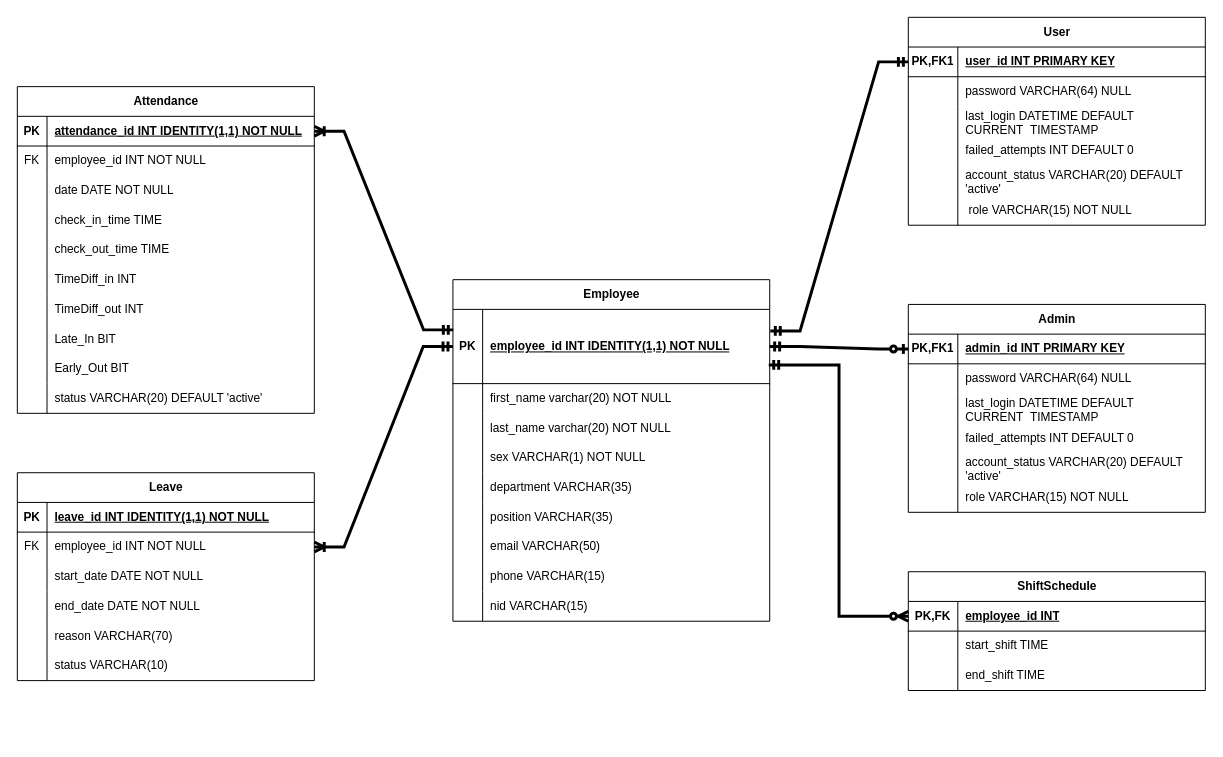
Earlier version of the draw.io diagram attDiagram.drawio (NukThean/Attendance-V1). Source tidied: cells renumbered, new cells numbered last; positions are measured from the earlier drawing's top-left corner, leaving out a move shared by most shapes. Both pictures are drawn from the tidied source at 99%, with x=0, y=0 at pixel (17, 17).
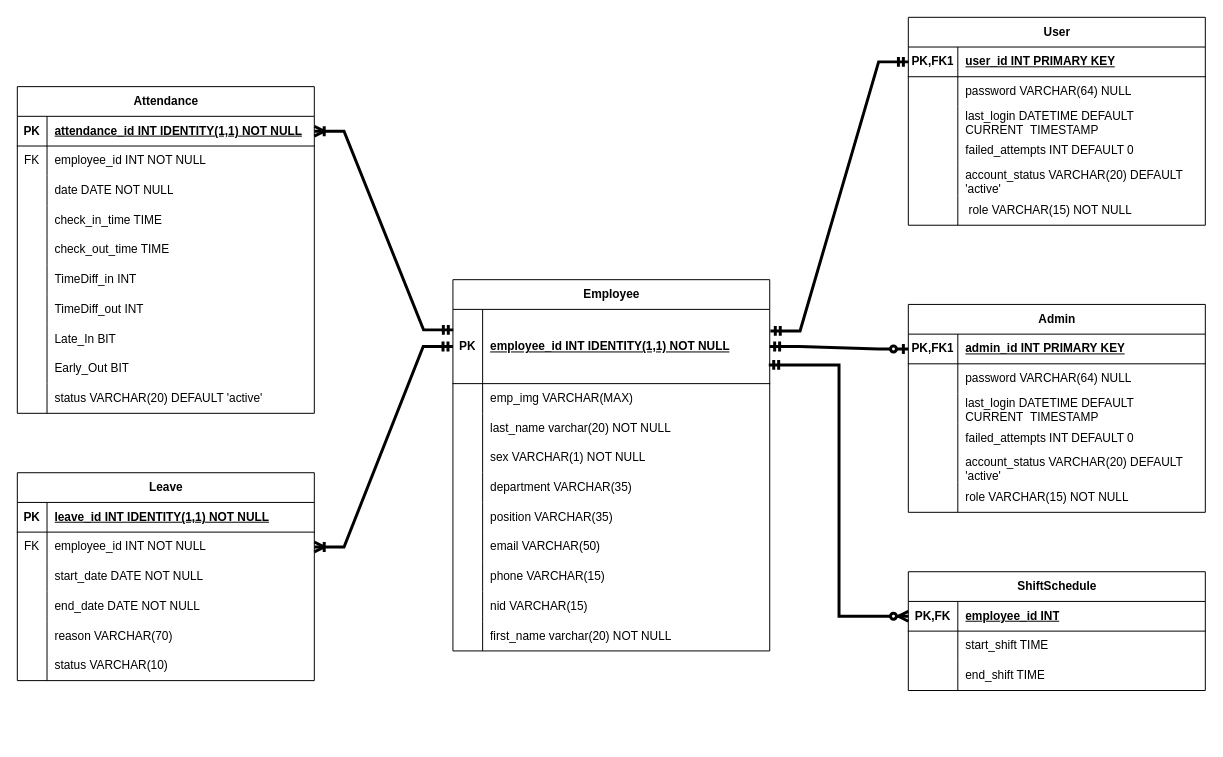
Above is the later version.

Unchanged cells that the change refers to:
```xml
<mxCell id="7" style="shape=tableRow;horizontal=0;startSize=0;swimlaneHead=0;swimlaneBody=0;fillColor=none;top=0;left=0;right=0;bottom=0;" parent="3" vertex="1">
  <mxGeometry y="105" width="320" height="30" as="geometry" />
</mxCell>
```

The edit, as a diff of the source:
```diff
@@
     <mxCell id="3" value="Employee" style="shape=table;startSize=30;childLayout=tableLayout;rowLines=0;fontStyle=1;align=center;html=1;" parent="1" vertex="1">
-      <mxGeometry x="440" y="265" width="320" height="345" as="geometry" />
+      <mxGeometry x="440" y="265" width="320" height="375" as="geometry" />
     </mxCell>
@@
-    <mxCell id="9" value="first_name varchar(20) NOT NULL" style="shape=partialRectangle;fillColor=none;top=0;left=0;bottom=0;right=0;align=left;spacingLeft=6;overflow=hidden;whiteSpace=wrap;html=1;" parent="7" vertex="1">
+    <mxCell id="9" value="emp_img VARCHAR(MAX)" style="shape=partialRectangle;fillColor=none;top=0;left=0;bottom=0;right=0;align=left;spacingLeft=6;overflow=hidden;whiteSpace=wrap;html=1;" parent="7" vertex="1">
       <mxGeometry x="30" width="290" height="30" as="geometry" />
     </mxCell>
@@
+    <mxCell id="135" style="shape=tableRow;horizontal=0;startSize=0;swimlaneHead=0;swimlaneBody=0;fillColor=none;top=0;left=0;right=0;bottom=0;" parent="3" vertex="1">
+      <mxGeometry y="345" width="320" height="30" as="geometry" />
+    </mxCell>
+    <mxCell id="136" style="shape=partialRectangle;fillColor=none;top=0;left=0;bottom=0;right=0;overflow=hidden;whiteSpace=wrap;html=1;" parent="135" vertex="1">
+      <mxGeometry width="30" height="30" as="geometry" />
+    </mxCell>
+    <mxCell id="137" value="first_name varchar(20) NOT NULL" style="shape=partialRectangle;fillColor=none;top=0;left=0;bottom=0;right=0;align=left;spacingLeft=6;overflow=hidden;whiteSpace=wrap;html=1;" parent="135" vertex="1">
+      <mxGeometry x="30" width="290" height="30" as="geometry" />
+    </mxCell>
```
